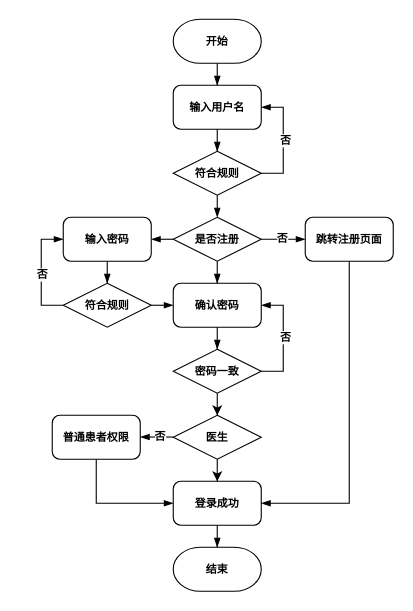
This is page "系统管理流程图" (4 of 4) of 第五章绘图.drawio from qjl988/drawio, a draw.io file, before an edit. Source tidied: cells renumbered, new cells numbered last; positions are measured from the earlier drawing's top-left corner, leaving out a move shared by most shapes. Both pictures are drawn from the tidied source at 110%, with x=0, y=0 at pixel (41, 19).
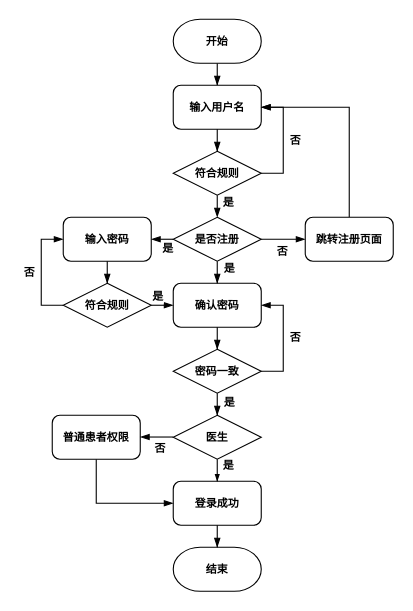
The same diagram, later.

Commit message:
更新第五章绘图.drawio

The change refers to these unchanged cells:
```xml
<mxCell id="4" value="输入用户名" style="rounded=1;whiteSpace=wrap;html=1;absoluteArcSize=1;arcSize=14;strokeWidth=1;fontSize=10;fontFamily=宋体;fontStyle=1;" parent="1" vertex="1">
  <mxGeometry x="120" y="60" width="80" height="40" as="geometry" />
</mxCell>
<mxCell id="5" style="edgeStyle=orthogonalEdgeStyle;rounded=0;jettySize=auto;html=1;entryX=1;entryY=0.5;entryDx=0;entryDy=0;endArrow=blockThin;endFill=1;fontStyle=1;" parent="1" edge="1" source="8" target="4">
  <mxGeometry relative="1" as="geometry">
    <Array as="points">
      <mxPoint x="220" y="140" />
      <mxPoint x="220" y="80" />
    </Array>
  </mxGeometry>
</mxCell>
<mxCell id="12" style="edgeStyle=orthogonalEdgeStyle;rounded=0;jettySize=auto;html=1;entryX=1;entryY=0.5;entryDx=0;entryDy=0;endArrow=blockThin;endFill=1;fontStyle=1;" parent="1" edge="1" source="14" target="11">
  <mxGeometry relative="1" as="geometry">
    <Array as="points">
      <mxPoint x="220" y="320" />
      <mxPoint x="220" y="260" />
    </Array>
  </mxGeometry>
</mxCell>
<mxCell id="14" value="密码一致" style="strokeWidth=1;html=1;shape=mxgraph.flowchart.decision;whiteSpace=wrap;fontSize=10;fontFamily=宋体;fontStyle=1;" parent="1" vertex="1">
  <mxGeometry x="120" y="300" width="80" height="40" as="geometry" />
</mxCell>
<mxCell id="16" value="登录成功" style="rounded=1;whiteSpace=wrap;html=1;absoluteArcSize=1;arcSize=14;strokeWidth=1;fontSize=10;fontFamily=宋体;fontStyle=1;" parent="1" vertex="1">
  <mxGeometry x="120" y="420" width="80" height="40" as="geometry" />
</mxCell>
<mxCell id="20" style="edgeStyle=orthogonalEdgeStyle;rounded=0;jettySize=auto;html=1;entryX=0;entryY=0.5;entryDx=0;entryDy=0;endArrow=blockThin;endFill=1;fontStyle=1;" parent="1" edge="1" source="23" target="19">
  <mxGeometry relative="1" as="geometry">
    <Array as="points">
      <mxPoint y="260" />
      <mxPoint y="200" />
    </Array>
  </mxGeometry>
</mxCell>
<mxCell id="25" style="edgeStyle=orthogonalEdgeStyle;rounded=0;jettySize=auto;html=1;entryX=0;entryY=0.5;entryDx=0;entryDy=0;endArrow=blockThin;endFill=1;fontStyle=1;" parent="1" edge="1" source="28" target="29">
  <mxGeometry relative="1" as="geometry" />
</mxCell>
<mxCell id="29" value="跳转注册页面" style="rounded=1;whiteSpace=wrap;html=1;absoluteArcSize=1;arcSize=14;strokeWidth=1;fontSize=10;fontFamily=宋体;fontStyle=1;" parent="1" vertex="1">
  <mxGeometry x="240" y="180" width="80" height="40" as="geometry" />
</mxCell>
<mxCell id="32" value="医生" style="strokeWidth=1;html=1;shape=mxgraph.flowchart.decision;whiteSpace=wrap;fontSize=10;fontFamily=宋体;fontStyle=1;" parent="1" vertex="1">
  <mxGeometry x="120" y="360" width="80" height="40" as="geometry" />
</mxCell>
<mxCell id="36" style="edgeStyle=orthogonalEdgeStyle;rounded=0;orthogonalLoop=1;jettySize=auto;html=1;endArrow=blockThin;endFill=1;fontStyle=1;" parent="1" edge="1">
  <mxGeometry relative="1" as="geometry">
    <mxPoint x="120" y="379.8" as="sourcePoint" />
    <mxPoint x="90" y="379.8" as="targetPoint" />
  </mxGeometry>
</mxCell>
```

Diff of the diagram source:
```diff
@@
     <mxCell id="6" value="否" style="edgeLabel;html=1;align=center;verticalAlign=middle;fontFamily=宋体;fontSize=10;fontStyle=1;" parent="5" vertex="1">
-      <mxGeometry x="0.01" y="-1" relative="1" as="geometry" />
+      <mxGeometry x="0.01" y="-1" relative="1" as="geometry">
+        <mxPoint x="9" as="offset" />
+      </mxGeometry>
     </mxCell>
@@
     <mxCell id="13" value="否" style="edgeLabel;html=1;align=center;verticalAlign=middle;fontFamily=宋体;fontSize=10;fontStyle=1;" parent="12" vertex="1">
-      <mxGeometry x="0.03" y="-1" relative="1" as="geometry" />
+      <mxGeometry x="0.03" y="-1" relative="1" as="geometry">
+        <mxPoint x="9" as="offset" />
+      </mxGeometry>
     </mxCell>
@@
-    <mxCell id="21" value="否" style="edgeLabel;html=1;align=center;verticalAlign=middle;fontFamily=宋体;fontSize=10;fontStyle=1;" parent="20" vertex="1">
-      <mxGeometry x="-0.03" relative="1" as="geometry" />
-    </mxCell>
@@
     <mxCell id="26" value="否" style="edgeLabel;html=1;align=center;verticalAlign=middle;fontFamily=宋体;fontSize=10;fontStyle=1;" parent="25" vertex="1">
       <mxGeometry x="0.08" y="1" relative="1" as="geometry">
-        <mxPoint x="-4" y="-1" as="offset" />
+        <mxPoint x="-4" y="11" as="offset" />
       </mxGeometry>
     </mxCell>
@@
+    <mxCell id="38" style="edgeStyle=orthogonalEdgeStyle;rounded=0;jettySize=auto;html=1;entryX=1;entryY=0.5;entryDx=0;entryDy=0;endArrow=blockThin;endFill=1;" parent="1" edge="1" source="29" target="4">
+      <mxGeometry relative="1" as="geometry">
+        <Array as="points">
+          <mxPoint x="280" y="80" />
+        </Array>
+      </mxGeometry>
+    </mxCell>
@@
-    <mxCell id="30" style="edgeStyle=orthogonalEdgeStyle;rounded=0;jettySize=auto;html=1;endArrow=blockThin;endFill=1;entryX=1;entryY=0.5;entryDx=0;entryDy=0;fontStyle=1;" parent="1" edge="1" source="29" target="16">
-      <mxGeometry relative="1" as="geometry">
-        <Array as="points">
-          <mxPoint x="280" y="440" />
-        </Array>
-      </mxGeometry>
-    </mxCell>
-    <mxCell id="31" style="edgeStyle=orthogonalEdgeStyle;rounded=0;jettySize=auto;html=1;entryX=0.5;entryY=0;entryDx=0;entryDy=0;fontStyle=1;" parent="1" edge="1" source="32" target="16">
+    <mxCell id="31" style="edgeStyle=orthogonalEdgeStyle;rounded=0;jettySize=auto;html=1;entryX=0.5;entryY=0;entryDx=0;entryDy=0;fontStyle=1;endArrow=blockThin;endFill=1;endSize=4;" parent="1" edge="1" source="32" target="16">
       <mxGeometry relative="1" as="geometry" />
     </mxCell>
@@
-    <mxCell id="33" style="edgeStyle=orthogonalEdgeStyle;rounded=0;jettySize=auto;html=1;entryX=0.5;entryY=0;entryDx=0;entryDy=0;entryPerimeter=0;fontStyle=1;" parent="1" edge="1" source="14" target="32">
+    <mxCell id="33" style="edgeStyle=orthogonalEdgeStyle;rounded=0;jettySize=auto;html=1;entryX=0.5;entryY=0;entryDx=0;entryDy=0;entryPerimeter=0;fontStyle=1;endArrow=blockThin;endFill=1;endSize=6;" parent="1" edge="1" source="14" target="32">
       <mxGeometry relative="1" as="geometry" />
     </mxCell>
@@
     <mxCell id="37" value="否" style="edgeLabel;html=1;align=center;verticalAlign=middle;fontFamily=宋体;fontSize=10;fontStyle=1;" parent="36" vertex="1">
       <mxGeometry x="0.08" y="1" relative="1" as="geometry">
-        <mxPoint x="3" y="-2" as="offset" />
+        <mxPoint x="3" y="9" as="offset" />
       </mxGeometry>
     </mxCell>
+    <mxCell id="21" value="否" style="edgeLabel;html=1;align=center;verticalAlign=middle;fontFamily=宋体;fontSize=10;fontStyle=1;" parent="1" vertex="1">
+      <mxGeometry x="-20" y="231.3" as="geometry">
+        <mxPoint x="8" y="-2" as="offset" />
+      </mxGeometry>
+    </mxCell>
+    <mxCell id="39" value="是" style="edgeLabel;html=1;align=center;verticalAlign=middle;fontFamily=宋体;fontSize=10;fontStyle=1;" parent="1" vertex="1">
+      <mxGeometry x="171" y="346" as="geometry">
+        <mxPoint x="-1" y="1" as="offset" />
+      </mxGeometry>
+    </mxCell>
+    <mxCell id="40" value="是" style="edgeLabel;html=1;align=center;verticalAlign=middle;fontFamily=宋体;fontSize=10;fontStyle=1;" parent="1" vertex="1">
+      <mxGeometry x="170" y="403" as="geometry">
+        <mxPoint x="-1" y="1" as="offset" />
+      </mxGeometry>
+    </mxCell>
+    <mxCell id="41" value="是" style="edgeLabel;html=1;align=center;verticalAlign=middle;fontFamily=宋体;fontSize=10;fontStyle=1;" parent="1" vertex="1">
+      <mxGeometry x="171" y="224" as="geometry">
+        <mxPoint x="-1" y="1" as="offset" />
+      </mxGeometry>
+    </mxCell>
+    <mxCell id="42" value="是" style="edgeLabel;html=1;align=center;verticalAlign=middle;fontFamily=宋体;fontSize=10;fontStyle=1;" parent="1" vertex="1">
+      <mxGeometry x="106" y="250" as="geometry">
+        <mxPoint x="-1" y="1" as="offset" />
+      </mxGeometry>
+    </mxCell>
+    <mxCell id="43" value="是" style="edgeLabel;html=1;align=center;verticalAlign=middle;fontFamily=宋体;fontSize=10;fontStyle=1;" parent="1" vertex="1">
+      <mxGeometry x="115" y="206" as="geometry">
+        <mxPoint x="-1" y="1" as="offset" />
+      </mxGeometry>
+    </mxCell>
+    <mxCell id="44" value="是" style="edgeLabel;html=1;align=center;verticalAlign=middle;fontFamily=宋体;fontSize=10;fontStyle=1;" parent="1" vertex="1">
+      <mxGeometry x="170" y="164" as="geometry">
+        <mxPoint x="-1" y="1" as="offset" />
+      </mxGeometry>
+    </mxCell>
```
